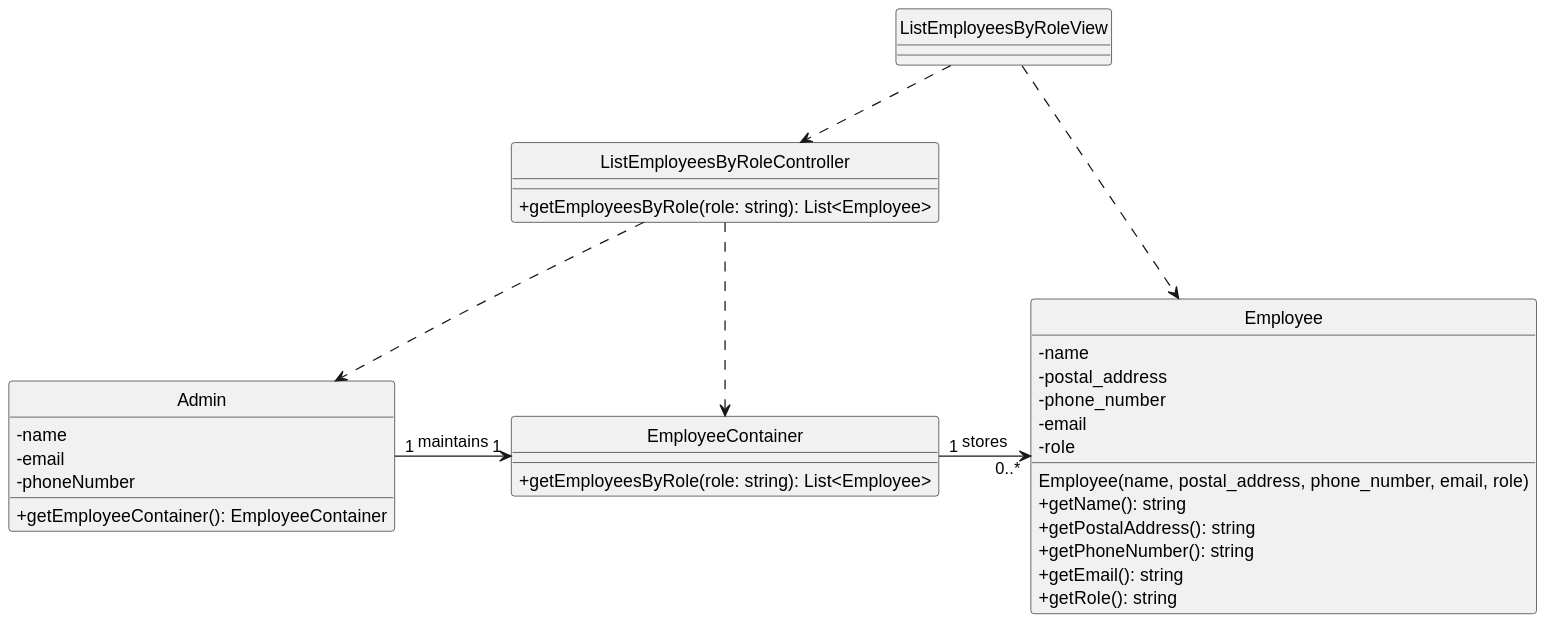
This is docs/Sprint2/US15/svg/US15-CD.svg from Parafita123/leti-esoft-25-26-B1, a PlantUML export, as it was before one commit.
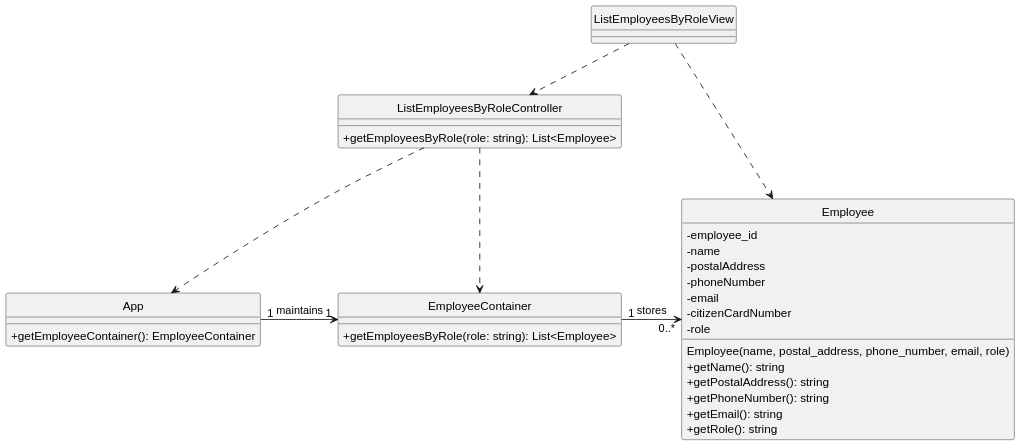
Later version of the same file.

Change to the diagram source:
```diff
@@ -10,10 +10,7 @@
     +getEmployeesByRole(role: string): List<Employee>
 }
 
-class Admin {
-    - name
-    - email
-    - phoneNumber
+class App {
     +getEmployeeContainer(): EmployeeContainer
 }
 
@@ -22,11 +19,13 @@
 }
 
 class Employee {
-    - name
-    - postal_address
-    - phone_number
-    - email
-    - role
+    -employee_id
+        -name
+        -postalAddress
+        -phoneNumber
+        -email
+        -citizenCardNumber
+        -role
     Employee(name, postal_address, phone_number, email, role)
     +getName(): string
     +getPostalAddress(): string
@@ -35,11 +34,11 @@
     +getRole(): string
 }
 
-Admin "1" -right-> "1" EmployeeContainer : maintains
+App "1" -right-> "1" EmployeeContainer : maintains
 EmployeeContainer "1" -right-> "0..*" Employee : stores
 
 ListEmployeesByRoleView ..> ListEmployeesByRoleController
 ListEmployeesByRoleView ..> Employee
-ListEmployeesByRoleController ..> Admin
+ListEmployeesByRoleController ..> App
 ListEmployeesByRoleController ..> EmployeeContainer
 @enduml
```
